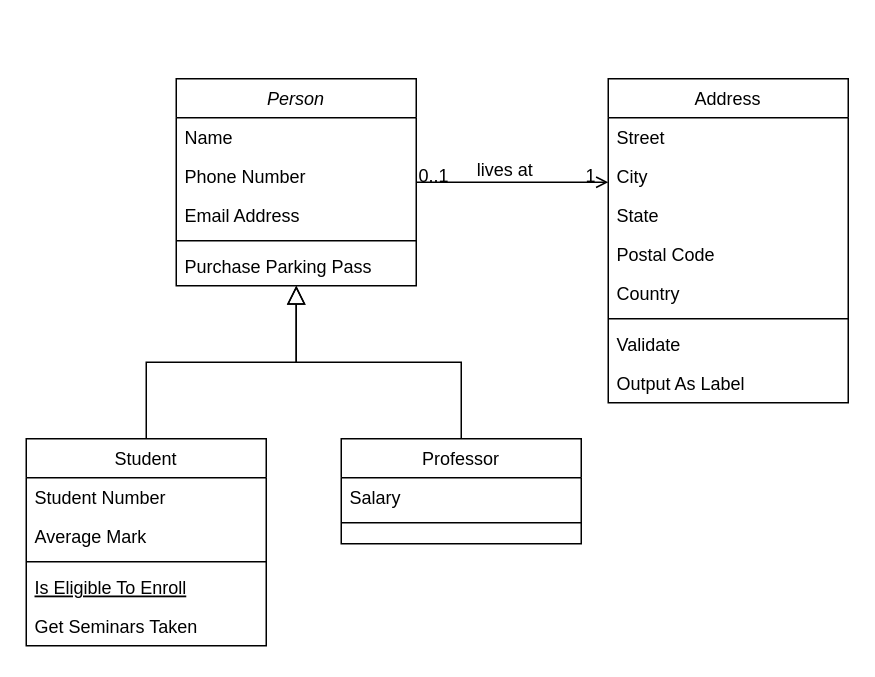
Above: Untitled Diagram.drawio in shakilahmed0369/Db-Diagrams (draw.io), before the change. Source tidied: cells renumbered, new cells numbered last; positions are measured from the earlier drawing's top-left corner, leaving out a move shared by most shapes. Both pictures are drawn from the tidied source at 150%, with x=0, y=0 at pixel (26, 78).
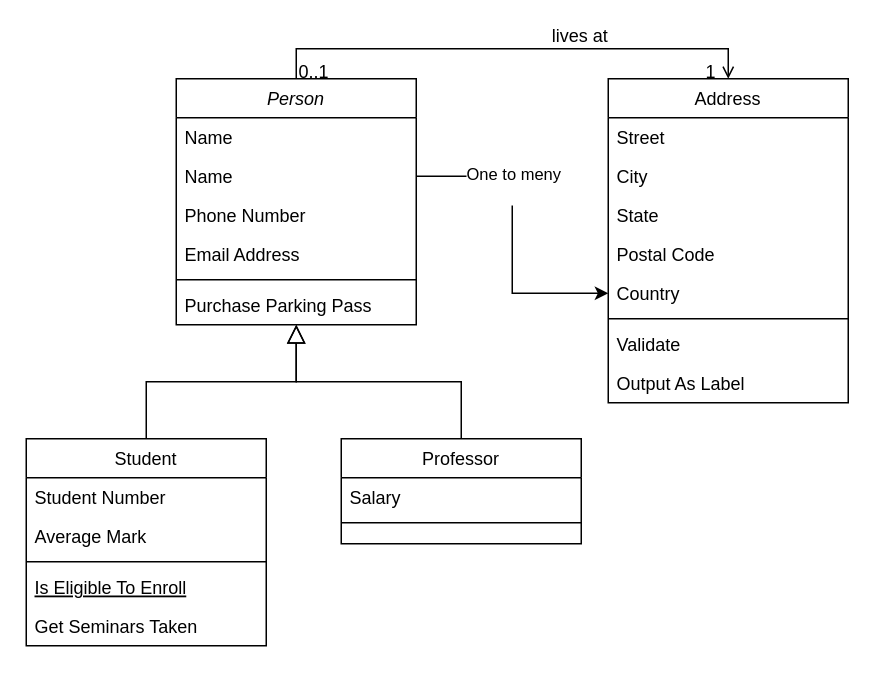
After the change.

The change refers to these unchanged cells:
```xml
<mxCell id="19" value="Address" style="swimlane;fontStyle=0;align=center;verticalAlign=top;horizontal=1;startSize=26;rounded=0;shadow=0;strokeWidth=1;" parent="1" vertex="1">
  <mxGeometry x="388" width="160" height="216" as="geometry" />
</mxCell>
<mxCell id="24" value="Country" style="text;align=left;verticalAlign=top;spacingLeft=4;spacingRight=4;overflow=hidden;points=[[0,0.5],[1,0.5]];portConstraint=eastwest;rounded=0;shadow=0;html=0;" parent="19" vertex="1">
  <mxGeometry y="130" width="160" height="26" as="geometry" />
</mxCell>
```

Change to the diagram source:
```diff
@@
     <mxCell id="2" value="Person" style="swimlane;fontStyle=2;align=center;verticalAlign=top;horizontal=1;startSize=26;rounded=0;shadow=0;strokeWidth=1;" parent="1" vertex="1">
-      <mxGeometry x="100" width="160" height="138" as="geometry" />
+      <mxGeometry x="100" width="160" height="164" as="geometry" />
     </mxCell>
@@
+    <mxCell id="32" value="Name" style="text;align=left;verticalAlign=top;spacingLeft=4;spacingRight=4;overflow=hidden;points=[[0,0.5],[1,0.5]];portConstraint=eastwest;" parent="2" vertex="1">
+      <mxGeometry y="52" width="160" height="26" as="geometry" />
+    </mxCell>
     <mxCell id="4" value="Phone Number" style="text;align=left;verticalAlign=top;spacingLeft=4;spacingRight=4;overflow=hidden;rounded=0;shadow=0;html=0;" parent="2" vertex="1">
-      <mxGeometry y="52" width="160" height="26" as="geometry" />
+      <mxGeometry y="78" width="160" height="26" as="geometry" />
     </mxCell>
     <mxCell id="5" value="Email Address" style="text;align=left;verticalAlign=top;spacingLeft=4;spacingRight=4;overflow=hidden;rounded=0;shadow=0;html=0;" parent="2" vertex="1">
-      <mxGeometry y="78" width="160" height="26" as="geometry" />
+      <mxGeometry y="104" width="160" height="26" as="geometry" />
     </mxCell>
     <mxCell id="6" style="line;html=1;strokeWidth=1;align=left;verticalAlign=middle;spacingTop=-1;spacingLeft=3;spacingRight=3;labelPosition=right;" parent="2" vertex="1">
-      <mxGeometry y="104" width="160" height="8" as="geometry" />
+      <mxGeometry y="130" width="160" height="8" as="geometry" />
     </mxCell>
     <mxCell id="7" value="Purchase Parking Pass" style="text;align=left;verticalAlign=top;spacingLeft=4;spacingRight=4;overflow=hidden;" parent="2" vertex="1">
-      <mxGeometry y="112" width="160" height="26" as="geometry" />
+      <mxGeometry y="138" width="160" height="26" as="geometry" />
     </mxCell>
@@
     <mxCell id="28" style="endArrow=open;shadow=0;strokeWidth=1;rounded=0;curved=0;endFill=1;edgeStyle=elbowEdgeStyle;elbow=vertical;" parent="1" edge="1" source="2" target="19">
       <mxGeometry x="0.5" y="41" relative="1" as="geometry">
+        <Array as="points">
+          <mxPoint x="320" y="-20" />
+        </Array>
         <mxPoint x="-40" y="32" as="offset" />
       </mxGeometry>
     </mxCell>
@@
+    <mxCell id="33" style="edgeStyle=orthogonalEdgeStyle;rounded=0;jettySize=auto;html=1;" parent="1" edge="1" source="32" target="24">
+      <mxGeometry relative="1" as="geometry" />
+    </mxCell>
+    <mxCell id="34" value="One to meny&lt;div&gt;&lt;br&gt;&lt;/div&gt;" style="edgeLabel;html=1;align=center;verticalAlign=middle;" parent="33" vertex="1">
+      <mxGeometry x="-0.33" relative="1" as="geometry" />
+    </mxCell>
```
